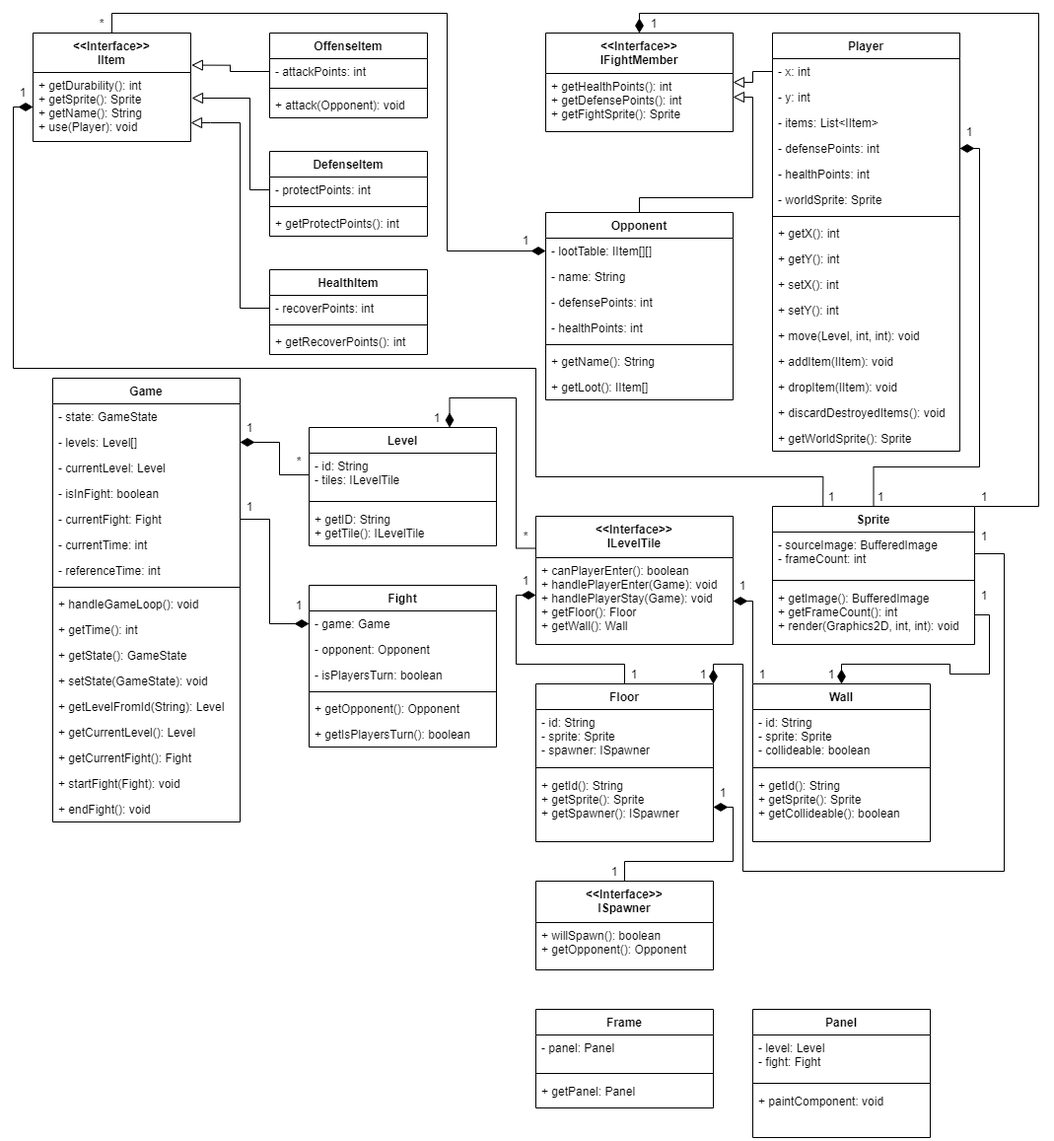
Above: Diagramy/Diagram_klas.png in xoxo-Martyna/PIO_Project (draw.io), before the change. Source tidied: cells renumbered, new cells last; positions are measured from the earlier drawing's top-left corner, leaving out a move shared by most shapes.
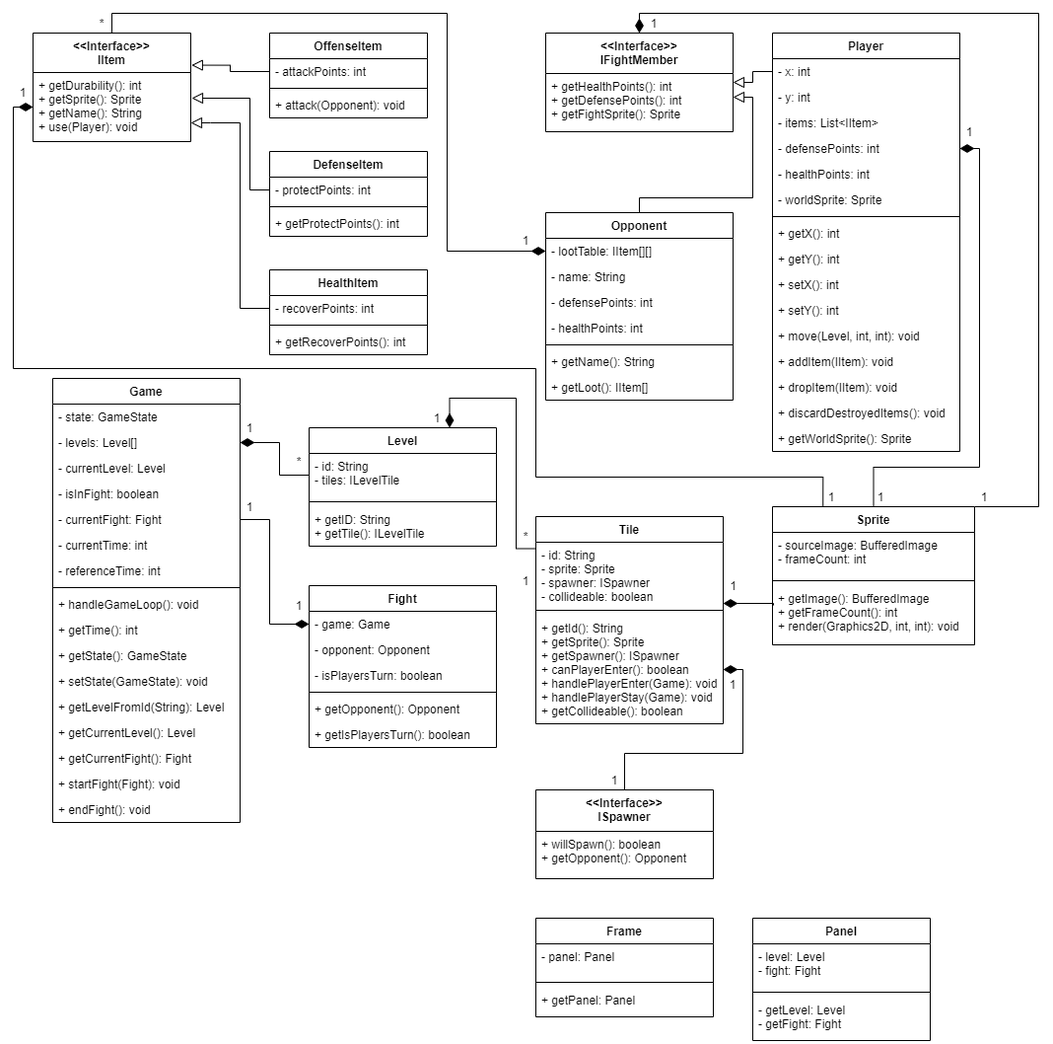
After the change.

Diff of the diagram source:
```diff
@@ -229,29 +229,9 @@
     <mxCell id="66" value="+ getImage(): BufferedImage&#10;+ getFrameCount(): int&#10;+ render(Graphics2D, int, int): void " style="text;strokeColor=none;fillColor=none;align=left;verticalAlign=top;spacingLeft=4;spacingRight=4;overflow=hidden;points=[[0,0.5],[1,0.5]];portConstraint=eastwest;" parent="63" vertex="1">
       <mxGeometry y="80" width="205" height="60" as="geometry" />
     </mxCell>
-    <mxCell id="67" style="edgeStyle=orthogonalEdgeStyle;rounded=0;jettySize=auto;html=1;exitX=0.5;exitY=0;exitDx=0;exitDy=0;entryX=0;entryY=0.432;entryDx=0;entryDy=0;entryPerimeter=0;startSize=6;endArrow=diamondThin;endFill=1;endSize=12;" parent="1" edge="1" source="68" target="95">
-      <mxGeometry relative="1" as="geometry">
-        <Array as="points">
-          <mxPoint x="620" y="660" />
-          <mxPoint x="510" y="660" />
-          <mxPoint x="510" y="590" />
-        </Array>
-      </mxGeometry>
-    </mxCell>
-    <mxCell id="68" value="Floor" style="swimlane;fontStyle=1;align=center;verticalAlign=top;horizontal=1;startSize=26;" parent="1" vertex="1">
-      <mxGeometry x="530" y="680" width="180" height="160" as="geometry" />
-    </mxCell>
-    <mxCell id="69" value="- id: String&#10;- sprite: Sprite&#10;- spawner: ISpawner" style="text;strokeColor=none;fillColor=none;align=left;verticalAlign=top;spacingLeft=4;spacingRight=4;overflow=hidden;points=[[0,0.5],[1,0.5]];portConstraint=eastwest;" parent="68" vertex="1">
-      <mxGeometry y="26" width="180" height="54" as="geometry" />
-    </mxCell>
-    <mxCell id="70" style="line;strokeWidth=1;fillColor=none;align=left;verticalAlign=middle;spacingTop=-1;spacingLeft=3;spacingRight=3;labelPosition=right;" parent="68" vertex="1">
-      <mxGeometry y="80" width="180" height="10" as="geometry" />
-    </mxCell>
-    <mxCell id="71" value="+ getId(): String&#10;+ getSprite(): Sprite&#10;+ getSpawner(): ISpawner&#10;" style="text;strokeColor=none;fillColor=none;align=left;verticalAlign=top;spacingLeft=4;spacingRight=4;overflow=hidden;points=[[0,0.5],[1,0.5]];portConstraint=eastwest;" parent="68" vertex="1">
-      <mxGeometry y="90" width="180" height="70" as="geometry" />
-    </mxCell>
-    <mxCell id="72" style="edgeStyle=orthogonalEdgeStyle;rounded=0;jettySize=auto;html=1;exitX=0;exitY=0.25;exitDx=0;exitDy=0;entryX=0.75;entryY=0;entryDx=0;entryDy=0;startSize=6;endArrow=diamondThin;endFill=1;endSize=12;" parent="1" edge="1" source="94" target="59">
+    <mxCell id="72" style="edgeStyle=orthogonalEdgeStyle;rounded=0;jettySize=auto;html=1;exitX=0;exitY=0.25;exitDx=0;exitDy=0;entryX=0.75;entryY=0;entryDx=0;entryDy=0;startSize=6;endArrow=diamondThin;endFill=1;endSize=12;" parent="1" edge="1" target="59">
       <mxGeometry relative="1" as="geometry">
+        <mxPoint x="530" y="542.5" as="sourcePoint" />
         <Array as="points">
           <mxPoint x="510" y="542" />
           <mxPoint x="510" y="390" />
@@ -316,56 +296,31 @@
     <mxCell id="91" style="edgeStyle=orthogonalEdgeStyle;rounded=0;jettySize=auto;html=1;exitX=0.5;exitY=0;exitDx=0;exitDy=0;entryX=1;entryY=0.5;entryDx=0;entryDy=0;startSize=6;endArrow=diamondThin;endFill=1;endSize=12;" parent="1" edge="1" source="92" target="71">
       <mxGeometry relative="1" as="geometry">
         <Array as="points">
-          <mxPoint x="620" y="860" />
-          <mxPoint x="730" y="860" />
-          <mxPoint x="730" y="805" />
+          <mxPoint x="620" y="750" />
+          <mxPoint x="740" y="750" />
+          <mxPoint x="740" y="665" />
         </Array>
       </mxGeometry>
     </mxCell>
-    <mxCell id="92" value="&lt;&lt;Interface&gt;&gt;&#10;ISpawner" style="swimlane;fontStyle=1;align=center;verticalAlign=top;horizontal=1;startSize=42;" parent="1" vertex="1">
-      <mxGeometry x="530" y="880" width="180" height="90" as="geometry" />
-    </mxCell>
-    <mxCell id="93" value="+ willSpawn(): boolean&#10;+ getOpponent(): Opponent" style="text;strokeColor=none;fillColor=none;align=left;verticalAlign=top;spacingLeft=4;spacingRight=4;overflow=hidden;" parent="92" vertex="1">
-      <mxGeometry y="42" width="180" height="48" as="geometry" />
-    </mxCell>
-    <mxCell id="94" value="&lt;&lt;Interface&gt;&gt;&#10;ILevelTile" style="swimlane;fontStyle=1;align=center;verticalAlign=top;horizontal=1;startSize=42;" parent="1" vertex="1">
-      <mxGeometry x="530" y="510" width="200" height="130" as="geometry" />
-    </mxCell>
-    <mxCell id="95" value="+ canPlayerEnter(): boolean&#10;+ handlePlayerEnter(Game): void&#10;+ handlePlayerStay(Game): void&#10;+ getFloor(): Floor&#10;+ getWall(): Wall" style="text;strokeColor=none;fillColor=none;align=left;verticalAlign=top;spacingLeft=4;spacingRight=4;overflow=hidden;points=[[0,0.5],[1,0.5]];portConstraint=eastwest;" parent="94" vertex="1">
-      <mxGeometry y="42" width="200" height="88" as="geometry" />
-    </mxCell>
-    <mxCell id="96" value="Frame" style="swimlane;fontStyle=1;align=center;verticalAlign=top;horizontal=1;startSize=26;" parent="1" vertex="1">
-      <mxGeometry x="530" y="1010" width="180" height="100" as="geometry" />
-    </mxCell>
-    <mxCell id="97" value="- panel: Panel" style="text;strokeColor=none;fillColor=none;align=left;verticalAlign=top;spacingLeft=4;spacingRight=4;overflow=hidden;" parent="96" vertex="1">
-      <mxGeometry y="26" width="180" height="34" as="geometry" />
-    </mxCell>
-    <mxCell id="98" style="line;strokeWidth=1;fillColor=none;align=left;verticalAlign=middle;spacingTop=-1;spacingLeft=3;spacingRight=3;labelPosition=right;" parent="96" vertex="1">
-      <mxGeometry y="60" width="180" height="10" as="geometry" />
-    </mxCell>
-    <mxCell id="99" value="+ getPanel: Panel" style="text;strokeColor=none;fillColor=none;align=left;verticalAlign=top;spacingLeft=4;spacingRight=4;overflow=hidden;" parent="96" vertex="1">
-      <mxGeometry y="70" width="180" height="30" as="geometry" />
-    </mxCell>
+    <mxCell id="68" value="Tile" style="swimlane;fontStyle=1;align=center;verticalAlign=top;horizontal=1;startSize=26;" parent="1" vertex="1">
+      <mxGeometry x="530" y="510" width="190" height="210" as="geometry" />
+    </mxCell>
+    <mxCell id="69" value="- id: String&#10;- sprite: Sprite&#10;- spawner: ISpawner&#10;- collideable: boolean" style="text;strokeColor=none;fillColor=none;align=left;verticalAlign=top;spacingLeft=4;spacingRight=4;overflow=hidden;points=[[0,0.5],[1,0.5]];portConstraint=eastwest;" parent="68" vertex="1">
+      <mxGeometry y="26" width="190" height="64" as="geometry" />
+    </mxCell>
+    <mxCell id="70" style="line;strokeWidth=1;fillColor=none;align=left;verticalAlign=middle;spacingTop=-1;spacingLeft=3;spacingRight=3;labelPosition=right;" parent="68" vertex="1">
+      <mxGeometry y="90" width="190" height="10" as="geometry" />
+    </mxCell>
+    <mxCell id="71" value="+ getId(): String&#10;+ getSprite(): Sprite&#10;+ getSpawner(): ISpawner&#10;+ canPlayerEnter(): boolean&#10;+ handlePlayerEnter(Game): void&#10;+ handlePlayerStay(Game): void&#10;+ getCollideable(): boolean" style="text;strokeColor=none;fillColor=none;align=left;verticalAlign=top;spacingLeft=4;spacingRight=4;overflow=hidden;points=[[0,0.5],[1,0.5]];portConstraint=eastwest;" parent="68" vertex="1">
+      <mxGeometry y="100" width="190" height="110" as="geometry" />
+    </mxCell>
-    <mxCell id="100" style="edgeStyle=orthogonalEdgeStyle;rounded=0;jettySize=auto;html=1;exitX=0.5;exitY=0;exitDx=0;exitDy=0;entryX=1;entryY=0.5;entryDx=0;entryDy=0;startSize=6;endArrow=diamondThin;endFill=1;endSize=12;" parent="1" edge="1" source="101" target="95">
+    <mxCell id="100" style="edgeStyle=orthogonalEdgeStyle;rounded=0;jettySize=auto;html=1;entryX=1;entryY=0.969;entryDx=0;entryDy=0;startSize=6;endArrow=diamondThin;endFill=1;endSize=12;entryPerimeter=0;exitX=0.005;exitY=0.333;exitDx=0;exitDy=0;exitPerimeter=0;" parent="1" edge="1" source="66" target="69">
       <mxGeometry relative="1" as="geometry">
         <Array as="points">
-          <mxPoint x="750" y="680" />
-          <mxPoint x="750" y="596" />
+          <mxPoint x="771" y="598" />
         </Array>
       </mxGeometry>
     </mxCell>
-    <mxCell id="101" value="Wall" style="swimlane;fontStyle=1;align=center;verticalAlign=top;horizontal=1;startSize=26;" parent="1" vertex="1">
-      <mxGeometry x="750" y="680" width="180" height="160" as="geometry" />
-    </mxCell>
-    <mxCell id="102" value="- id: String&#10;- sprite: Sprite&#10;- collideable: boolean" style="text;strokeColor=none;fillColor=none;align=left;verticalAlign=top;spacingLeft=4;spacingRight=4;overflow=hidden;" parent="101" vertex="1">
-      <mxGeometry y="26" width="180" height="54" as="geometry" />
-    </mxCell>
-    <mxCell id="103" style="line;strokeWidth=1;fillColor=none;align=left;verticalAlign=middle;spacingTop=-1;spacingLeft=3;spacingRight=3;labelPosition=right;" parent="101" vertex="1">
-      <mxGeometry y="80" width="180" height="10" as="geometry" />
-    </mxCell>
-    <mxCell id="104" value="+ getId(): String&#10;+ getSprite(): Sprite&#10;+ getCollideable(): boolean" style="text;strokeColor=none;fillColor=none;align=left;verticalAlign=top;spacingLeft=4;spacingRight=4;overflow=hidden;" parent="101" vertex="1">
-      <mxGeometry y="90" width="180" height="70" as="geometry" />
-    </mxCell>
     <mxCell id="105" value="*" style="text;html=1;strokeColor=none;fillColor=none;align=center;verticalAlign=middle;whiteSpace=wrap;rounded=0;" parent="1" vertex="1">
       <mxGeometry x="510" y="520" width="20" height="20" as="geometry" />
     </mxCell>
@@ -389,20 +344,11 @@
     <mxCell id="110" value="1" style="text;html=1;strokeColor=none;fillColor=none;align=center;verticalAlign=middle;whiteSpace=wrap;rounded=0;" parent="1" vertex="1">
       <mxGeometry x="510" y="565" width="20" height="20" as="geometry" />
     </mxCell>
-    <mxCell id="111" value="1" style="text;html=1;strokeColor=none;fillColor=none;align=center;verticalAlign=middle;whiteSpace=wrap;rounded=0;" parent="1" vertex="1">
-      <mxGeometry x="620" y="660" width="20" height="20" as="geometry" />
-    </mxCell>
-    <mxCell id="112" value="1" style="text;html=1;strokeColor=none;fillColor=none;align=center;verticalAlign=middle;whiteSpace=wrap;rounded=0;" parent="1" vertex="1">
-      <mxGeometry x="750" y="660" width="20" height="20" as="geometry" />
-    </mxCell>
-    <mxCell id="113" value="1" style="text;html=1;strokeColor=none;fillColor=none;align=center;verticalAlign=middle;whiteSpace=wrap;rounded=0;" parent="1" vertex="1">
-      <mxGeometry x="730" y="570" width="20" height="20" as="geometry" />
-    </mxCell>
     <mxCell id="114" value="1" style="text;html=1;strokeColor=none;fillColor=none;align=center;verticalAlign=middle;whiteSpace=wrap;rounded=0;" parent="1" vertex="1">
-      <mxGeometry x="710" y="780" width="20" height="20" as="geometry" />
+      <mxGeometry x="720" y="670" width="20" height="20" as="geometry" />
     </mxCell>
     <mxCell id="115" value="1" style="text;html=1;strokeColor=none;fillColor=none;align=center;verticalAlign=middle;whiteSpace=wrap;rounded=0;" parent="1" vertex="1">
-      <mxGeometry x="600" y="860" width="20" height="20" as="geometry" />
+      <mxGeometry x="600" y="767" width="20" height="20" as="geometry" />
     </mxCell>
     <mxCell id="116" style="edgeStyle=orthogonalEdgeStyle;rounded=0;jettySize=auto;html=1;exitX=0.25;exitY=0;exitDx=0;exitDy=0;entryX=0;entryY=0.5;entryDx=0;entryDy=0;startSize=6;endArrow=diamondThin;endFill=1;endSize=12;" parent="1" edge="1" source="63" target="7">
       <mxGeometry relative="1" as="geometry">
@@ -421,52 +367,6 @@
     <mxCell id="118" value="1" style="text;html=1;strokeColor=none;fillColor=none;align=center;verticalAlign=middle;whiteSpace=wrap;rounded=0;" parent="1" vertex="1">
       <mxGeometry x="820" y="480" width="20" height="20" as="geometry" />
     </mxCell>
-    <mxCell id="119" value="Panel" style="swimlane;fontStyle=1;align=center;verticalAlign=top;horizontal=1;startSize=26;" parent="1" vertex="1">
-      <mxGeometry x="750" y="1010" width="180" height="130" as="geometry" />
-    </mxCell>
-    <mxCell id="120" value="- level: Level&#10;- fight: Fight" style="text;strokeColor=none;fillColor=none;align=left;verticalAlign=top;spacingLeft=4;spacingRight=4;overflow=hidden;" parent="119" vertex="1">
-      <mxGeometry y="26" width="180" height="44" as="geometry" />
-    </mxCell>
-    <mxCell id="121" style="line;strokeWidth=1;fillColor=none;align=left;verticalAlign=middle;spacingTop=-1;spacingLeft=3;spacingRight=3;labelPosition=right;" parent="119" vertex="1">
-      <mxGeometry y="70" width="180" height="10" as="geometry" />
-    </mxCell>
-    <mxCell id="122" value="+ paintComponent: void" style="text;strokeColor=none;fillColor=none;align=left;verticalAlign=top;spacingLeft=4;spacingRight=4;overflow=hidden;" parent="119" vertex="1">
-      <mxGeometry y="80" width="180" height="50" as="geometry" />
-    </mxCell>
-    <mxCell id="123" value="1" style="text;html=1;strokeColor=none;fillColor=none;align=center;verticalAlign=middle;whiteSpace=wrap;rounded=0;" parent="1" vertex="1">
-      <mxGeometry x="690" y="660" width="20" height="20" as="geometry" />
-    </mxCell>
-    <mxCell id="124" value="1" style="text;html=1;strokeColor=none;fillColor=none;align=center;verticalAlign=middle;whiteSpace=wrap;rounded=0;" parent="1" vertex="1">
-      <mxGeometry x="975" y="520" width="20" height="20" as="geometry" />
-    </mxCell>
-    <mxCell id="125" style="edgeStyle=orthogonalEdgeStyle;rounded=0;jettySize=auto;html=1;entryX=1;entryY=0;entryDx=0;entryDy=0;startSize=6;endArrow=diamondThin;endFill=1;endSize=12;exitX=1;exitY=0.5;exitDx=0;exitDy=0;" parent="1" edge="1" source="64" target="68">
-      <mxGeometry relative="1" as="geometry">
-        <Array as="points">
-          <mxPoint x="1005" y="548" />
-          <mxPoint x="1005" y="870" />
-          <mxPoint x="740" y="870" />
-          <mxPoint x="740" y="660" />
-          <mxPoint x="710" y="660" />
-        </Array>
-      </mxGeometry>
-    </mxCell>
-    <mxCell id="126" value="1" style="text;html=1;strokeColor=none;fillColor=none;align=center;verticalAlign=middle;whiteSpace=wrap;rounded=0;" parent="1" vertex="1">
-      <mxGeometry x="975" y="580" width="20" height="20" as="geometry" />
-    </mxCell>
-    <mxCell id="127" value="1" style="text;html=1;strokeColor=none;fillColor=none;align=center;verticalAlign=middle;whiteSpace=wrap;rounded=0;" parent="1" vertex="1">
-      <mxGeometry x="820" y="660" width="20" height="20" as="geometry" />
-    </mxCell>
-    <mxCell id="128" style="edgeStyle=orthogonalEdgeStyle;rounded=0;jettySize=auto;html=1;exitX=1;exitY=0.5;exitDx=0;exitDy=0;startSize=6;endArrow=diamondThin;endFill=1;endSize=12;entryX=0.5;entryY=0;entryDx=0;entryDy=0;" parent="1" edge="1" source="66" target="101">
-      <mxGeometry relative="1" as="geometry">
-        <Array as="points">
-          <mxPoint x="990" y="610" />
-          <mxPoint x="990" y="670" />
-          <mxPoint x="950" y="670" />
-          <mxPoint x="950" y="660" />
-          <mxPoint x="840" y="660" />
-        </Array>
-      </mxGeometry>
-    </mxCell>
     <mxCell id="129" style="edgeStyle=orthogonalEdgeStyle;rounded=0;jettySize=auto;html=1;exitX=0.5;exitY=0;exitDx=0;exitDy=0;entryX=1;entryY=0.5;entryDx=0;entryDy=0;startSize=6;endArrow=diamondThin;endFill=1;endSize=12;" parent="1" edge="1" source="63" target="27">
       <mxGeometry relative="1" as="geometry">
         <Array as="points">
@@ -497,5 +397,38 @@
     <mxCell id="136" value="1" style="text;html=1;strokeColor=none;fillColor=none;align=center;verticalAlign=middle;whiteSpace=wrap;rounded=0;" parent="1" vertex="1">
       <mxGeometry x="230" y="490" width="20" height="20" as="geometry" />
     </mxCell>
+    <mxCell id="137" value="1" style="text;html=1;align=center;verticalAlign=middle;" parent="1" vertex="1">
+      <mxGeometry x="720" y="570" width="20" height="20" as="geometry" />
+    </mxCell>
+    <mxCell id="92" value="&lt;&lt;Interface&gt;&gt;&#10;ISpawner" style="swimlane;fontStyle=1;align=center;verticalAlign=top;horizontal=1;startSize=42;" parent="1" vertex="1">
+      <mxGeometry x="530" y="787" width="180" height="90" as="geometry" />
+    </mxCell>
+    <mxCell id="93" value="+ willSpawn(): boolean&#10;+ getOpponent(): Opponent" style="text;strokeColor=none;fillColor=none;align=left;verticalAlign=top;spacingLeft=4;spacingRight=4;overflow=hidden;" parent="92" vertex="1">
+      <mxGeometry y="42" width="180" height="48" as="geometry" />
+    </mxCell>
+    <mxCell id="96" value="Frame" style="swimlane;fontStyle=1;align=center;verticalAlign=top;horizontal=1;startSize=26;" parent="1" vertex="1">
+      <mxGeometry x="530" y="917" width="180" height="100" as="geometry" />
+    </mxCell>
+    <mxCell id="97" value="- panel: Panel" style="text;strokeColor=none;fillColor=none;align=left;verticalAlign=top;spacingLeft=4;spacingRight=4;overflow=hidden;" parent="96" vertex="1">
+      <mxGeometry y="26" width="180" height="34" as="geometry" />
+    </mxCell>
+    <mxCell id="98" style="line;strokeWidth=1;fillColor=none;align=left;verticalAlign=middle;spacingTop=-1;spacingLeft=3;spacingRight=3;labelPosition=right;" parent="96" vertex="1">
+      <mxGeometry y="60" width="180" height="10" as="geometry" />
+    </mxCell>
+    <mxCell id="99" value="+ getPanel: Panel" style="text;strokeColor=none;fillColor=none;align=left;verticalAlign=top;spacingLeft=4;spacingRight=4;overflow=hidden;" parent="96" vertex="1">
+      <mxGeometry y="70" width="180" height="30" as="geometry" />
+    </mxCell>
+    <mxCell id="119" value="Panel" style="swimlane;fontStyle=1;align=center;verticalAlign=top;horizontal=1;startSize=26;" parent="1" vertex="1">
+      <mxGeometry x="750" y="917" width="180" height="124" as="geometry" />
+    </mxCell>
+    <mxCell id="138" value="- level: Level&#10;- fight: Fight" style="text;strokeColor=none;fillColor=none;align=left;verticalAlign=top;spacingLeft=4;spacingRight=4;overflow=hidden;" parent="119" vertex="1">
+      <mxGeometry y="26" width="180" height="44" as="geometry" />
+    </mxCell>
+    <mxCell id="121" style="line;strokeWidth=1;fillColor=none;align=left;verticalAlign=middle;spacingTop=-1;spacingLeft=3;spacingRight=3;labelPosition=right;" parent="119" vertex="1">
+      <mxGeometry y="70" width="180" height="10" as="geometry" />
+    </mxCell>
+    <mxCell id="120" value="- getLevel: Level&#10;- getFight: Fight" style="text;strokeColor=none;fillColor=none;align=left;verticalAlign=top;spacingLeft=4;spacingRight=4;overflow=hidden;" parent="119" vertex="1">
+      <mxGeometry y="80" width="180" height="44" as="geometry" />
+    </mxCell>
   </root>
 </mxGraphModel>
```
